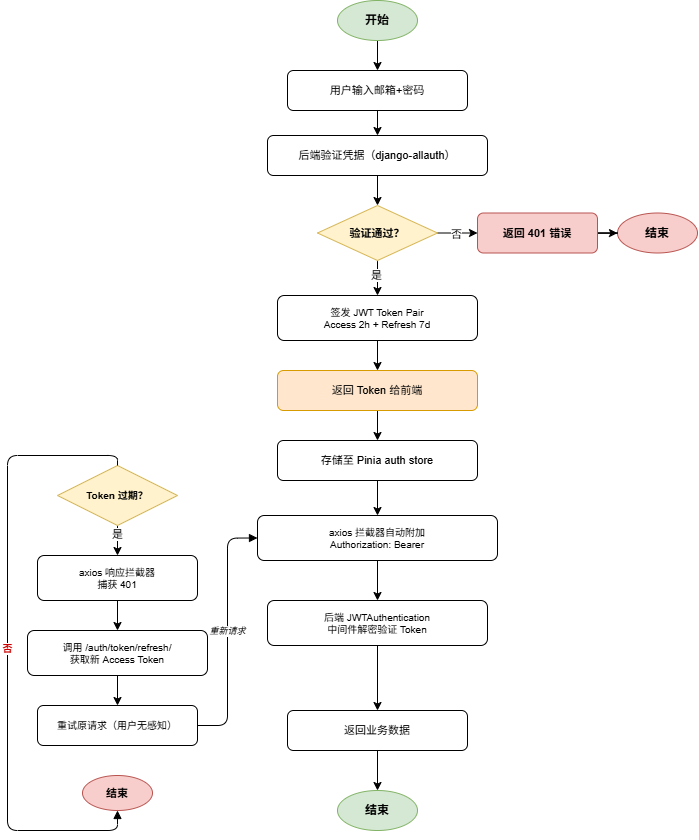
Above: drawio/图4.3用户认证流程图.png in letlll/AI_interview (draw.io), before the change. Source tidied: cells renumbered, new cells last; positions are measured from the earlier drawing's top-left corner, leaving out a move shared by most shapes. Its diagram source:
```xml
<mxGraphModel>
  <root>
    <mxCell id="0" />
    <mxCell id="1" parent="0" />
    <mxCell id="2" style="edgeStyle=orthogonalEdgeStyle;rounded=0;jettySize=auto;html=1;exitX=0.5;exitY=1;exitDx=0;exitDy=0;entryX=0.5;entryY=0;entryDx=0;entryDy=0;" parent="1" edge="1" source="3" target="7">
      <mxGeometry relative="1" as="geometry" />
    </mxCell>
    <mxCell id="3" value="开始" style="ellipse;whiteSpace=wrap;html=1;fillColor=#d5e8d4;strokeColor=#82b366;fontSize=12;fontStyle=1;" parent="1" vertex="1">
      <mxGeometry x="330" width="80" height="40" as="geometry" />
    </mxCell>
    <mxCell id="4" value="结束" style="ellipse;whiteSpace=wrap;html=1;fillColor=#d5e8d4;strokeColor=#82b366;fontSize=12;fontStyle=1;" parent="1" vertex="1">
      <mxGeometry x="330" y="790" width="80" height="40" as="geometry" />
    </mxCell>
    <mxCell id="5" value="结束" style="ellipse;whiteSpace=wrap;html=1;fillColor=#f8cecc;strokeColor=#b85450;fontSize=12;fontStyle=1;" parent="1" vertex="1">
      <mxGeometry x="610" y="212.5" width="80" height="40" as="geometry" />
    </mxCell>
    <mxCell id="6" style="edgeStyle=orthogonalEdgeStyle;rounded=0;jettySize=auto;html=1;exitX=0.5;exitY=1;exitDx=0;exitDy=0;entryX=0.5;entryY=0;entryDx=0;entryDy=0;" parent="1" edge="1" source="7" target="9">
      <mxGeometry relative="1" as="geometry" />
    </mxCell>
    <mxCell id="7" value="用户输入邮箱+密码" style="rounded=1;whiteSpace=wrap;html=1;fontSize=11;" parent="1" vertex="1">
      <mxGeometry x="280" y="70" width="180" height="40" as="geometry" />
    </mxCell>
    <mxCell id="8" style="edgeStyle=orthogonalEdgeStyle;rounded=0;jettySize=auto;html=1;exitX=0.5;exitY=1;exitDx=0;exitDy=0;entryX=0.5;entryY=0;entryDx=0;entryDy=0;" parent="1" edge="1" source="9" target="14">
      <mxGeometry relative="1" as="geometry" />
    </mxCell>
    <mxCell id="9" value="后端验证凭据（django-allauth）" style="rounded=1;whiteSpace=wrap;html=1;fontSize=11;" parent="1" vertex="1">
      <mxGeometry x="260" y="135" width="220" height="40" as="geometry" />
    </mxCell>
    <mxCell id="10" style="edgeStyle=orthogonalEdgeStyle;rounded=0;jettySize=auto;html=1;exitX=1;exitY=0.5;exitDx=0;exitDy=0;entryX=0;entryY=0.5;entryDx=0;entryDy=0;" parent="1" edge="1" source="14" target="28">
      <mxGeometry relative="1" as="geometry" />
    </mxCell>
    <mxCell id="11" value="否" style="edgeLabel;html=1;align=center;verticalAlign=middle;" parent="10" vertex="1">
      <mxGeometry x="-0.06" y="-1" relative="1" as="geometry" />
    </mxCell>
    <mxCell id="12" style="edgeStyle=orthogonalEdgeStyle;rounded=0;jettySize=auto;html=1;exitX=0.5;exitY=1;exitDx=0;exitDy=0;entryX=0.5;entryY=0;entryDx=0;entryDy=0;" parent="1" edge="1" source="14" target="16">
      <mxGeometry relative="1" as="geometry" />
    </mxCell>
    <mxCell id="13" value="是" style="edgeLabel;html=1;align=center;verticalAlign=middle;" parent="12" vertex="1">
      <mxGeometry x="-0.18" y="-2" relative="1" as="geometry" />
    </mxCell>
    <mxCell id="14" value="验证通过？" style="rhombus;whiteSpace=wrap;html=1;fillColor=#fff2cc;strokeColor=#d6b656;fontSize=11;fontStyle=1;" parent="1" vertex="1">
      <mxGeometry x="310" y="205" width="120" height="55" as="geometry" />
    </mxCell>
    <mxCell id="15" style="edgeStyle=orthogonalEdgeStyle;rounded=0;jettySize=auto;html=1;entryX=0.5;entryY=0;entryDx=0;entryDy=0;" parent="1" edge="1" source="16" target="18">
      <mxGeometry relative="1" as="geometry" />
    </mxCell>
    <mxCell id="16" value="签发 JWT Token Pair&lt;br&gt;Access 2h + Refresh 7d" style="rounded=1;whiteSpace=wrap;html=1;fontSize=10;" parent="1" vertex="1">
      <mxGeometry x="270" y="295" width="200" height="45" as="geometry" />
    </mxCell>
    <mxCell id="17" style="edgeStyle=orthogonalEdgeStyle;rounded=0;jettySize=auto;html=1;entryX=0.5;entryY=0;entryDx=0;entryDy=0;" parent="1" edge="1" source="18" target="20">
      <mxGeometry relative="1" as="geometry" />
    </mxCell>
    <mxCell id="18" value="返回 Token 给前端" style="rounded=1;whiteSpace=wrap;html=1;fontSize=11;fillColor=#ffe6cc;strokeColor=#d79b00;" parent="1" vertex="1">
      <mxGeometry x="270" y="370" width="200" height="40" as="geometry" />
    </mxCell>
    <mxCell id="19" style="edgeStyle=orthogonalEdgeStyle;rounded=0;jettySize=auto;html=1;" parent="1" edge="1" source="20" target="22">
      <mxGeometry relative="1" as="geometry" />
    </mxCell>
    <mxCell id="20" value="存储至 Pinia auth store" style="rounded=1;whiteSpace=wrap;html=1;fontSize=11;" parent="1" vertex="1">
      <mxGeometry x="270" y="440" width="200" height="40" as="geometry" />
    </mxCell>
    <mxCell id="21" style="edgeStyle=orthogonalEdgeStyle;rounded=0;jettySize=auto;html=1;" parent="1" edge="1" source="22" target="24">
      <mxGeometry relative="1" as="geometry" />
    </mxCell>
    <mxCell id="22" value="axios 拦截器自动附加&lt;br&gt;Authorization: Bearer &lt;token&gt;" style="rounded=1;whiteSpace=wrap;html=1;fontSize=10;" parent="1" vertex="1">
      <mxGeometry x="250" y="515" width="240" height="45" as="geometry" />
    </mxCell>
    <mxCell id="23" style="edgeStyle=orthogonalEdgeStyle;rounded=0;jettySize=auto;html=1;" parent="1" edge="1" source="24" target="26">
      <mxGeometry relative="1" as="geometry" />
    </mxCell>
    <mxCell id="24" value="后端 JWTAuthentication&lt;br&gt;中间件解密验证 Token" style="rounded=1;whiteSpace=wrap;html=1;fontSize=10;" parent="1" vertex="1">
      <mxGeometry x="260" y="600" width="220" height="45" as="geometry" />
    </mxCell>
    <mxCell id="25" style="edgeStyle=orthogonalEdgeStyle;rounded=0;jettySize=auto;html=1;" parent="1" edge="1" source="26" target="4">
      <mxGeometry relative="1" as="geometry" />
    </mxCell>
    <mxCell id="26" value="返回业务数据" style="rounded=1;whiteSpace=wrap;html=1;fontSize=11;" parent="1" vertex="1">
      <mxGeometry x="280" y="710" width="180" height="40" as="geometry" />
    </mxCell>
    <mxCell id="27" style="edgeStyle=orthogonalEdgeStyle;rounded=0;jettySize=auto;html=1;" parent="1" edge="1" source="28" target="5">
      <mxGeometry relative="1" as="geometry" />
    </mxCell>
    <mxCell id="28" value="返回 401 错误" style="rounded=1;whiteSpace=wrap;html=1;fillColor=#f8cecc;strokeColor=#b85450;fontSize=11;fontStyle=1;" parent="1" vertex="1">
      <mxGeometry x="470" y="212.5" width="120" height="40" as="geometry" />
    </mxCell>
    <mxCell id="29" style="edgeStyle=orthogonalEdgeStyle;rounded=0;jettySize=auto;html=1;entryX=0.5;entryY=0;entryDx=0;entryDy=0;" parent="1" edge="1" source="31" target="33">
      <mxGeometry relative="1" as="geometry" />
    </mxCell>
    <mxCell id="30" value="是" style="edgeLabel;html=1;align=center;verticalAlign=middle;" parent="29" vertex="1">
      <mxGeometry x="-0.63" y="-1" relative="1" as="geometry" />
    </mxCell>
    <mxCell id="31" value="Token 过期？" style="rhombus;whiteSpace=wrap;html=1;fillColor=#fff2cc;strokeColor=#d6b656;fontSize=10;fontStyle=1;" parent="1" vertex="1">
      <mxGeometry x="50" y="465" width="120" height="60" as="geometry" />
    </mxCell>
    <mxCell id="32" style="edgeStyle=orthogonalEdgeStyle;rounded=0;jettySize=auto;html=1;entryX=0.5;entryY=0;entryDx=0;entryDy=0;" parent="1" edge="1" source="33" target="35">
      <mxGeometry relative="1" as="geometry" />
    </mxCell>
    <mxCell id="33" value="axios 响应拦截器&lt;br&gt;捕获 401" style="rounded=1;whiteSpace=wrap;html=1;fontSize=10;" parent="1" vertex="1">
      <mxGeometry x="30" y="555" width="160" height="45" as="geometry" />
    </mxCell>
    <mxCell id="34" style="edgeStyle=orthogonalEdgeStyle;rounded=0;jettySize=auto;html=1;entryX=0.5;entryY=0;entryDx=0;entryDy=0;" parent="1" edge="1" source="35" target="36">
      <mxGeometry relative="1" as="geometry" />
    </mxCell>
    <mxCell id="35" value="调用 /auth/token/refresh/&lt;br&gt;获取新 Access Token" style="rounded=1;whiteSpace=wrap;html=1;fontSize=10;" parent="1" vertex="1">
      <mxGeometry x="20" y="630" width="180" height="45" as="geometry" />
    </mxCell>
    <mxCell id="36" value="重试原请求（用户无感知）" style="rounded=1;whiteSpace=wrap;html=1;fontSize=10;" parent="1" vertex="1">
      <mxGeometry x="30" y="705" width="160" height="40" as="geometry" />
    </mxCell>
    <mxCell id="37" value="结束" style="ellipse;whiteSpace=wrap;html=1;fillColor=#f8cecc;strokeColor=#b85450;fontSize=11;fontStyle=1;" parent="1" vertex="1">
      <mxGeometry x="75" y="775" width="70" height="35" as="geometry" />
    </mxCell>
    <mxCell id="38" value="重新请求" style="endArrow=block;html=1;exitX=1;exitY=0.5;entryX=0;entryY=0.5;edgeStyle=orthogonalEdgeStyle;rounded=1;fontSize=9;fontStyle=2;" parent="1" edge="1" source="36" target="22">
      <mxGeometry relative="1" as="geometry" />
    </mxCell>
    <mxCell id="39" value="否" style="endArrow=block;html=1;exitX=0.5;exitY=0;entryX=0.5;entryY=1;edgeStyle=orthogonalEdgeStyle;rounded=1;fontSize=10;fontStyle=1;fontColor=#cc0000;" parent="1" edge="1" source="31" target="37">
      <mxGeometry relative="1" as="geometry">
        <Array as="points">
          <mxPoint x="110" y="455" />
          <mxPoint y="455" />
          <mxPoint y="830" />
          <mxPoint x="110" y="830" />
        </Array>
      </mxGeometry>
    </mxCell>
  </root>
</mxGraphModel>
```
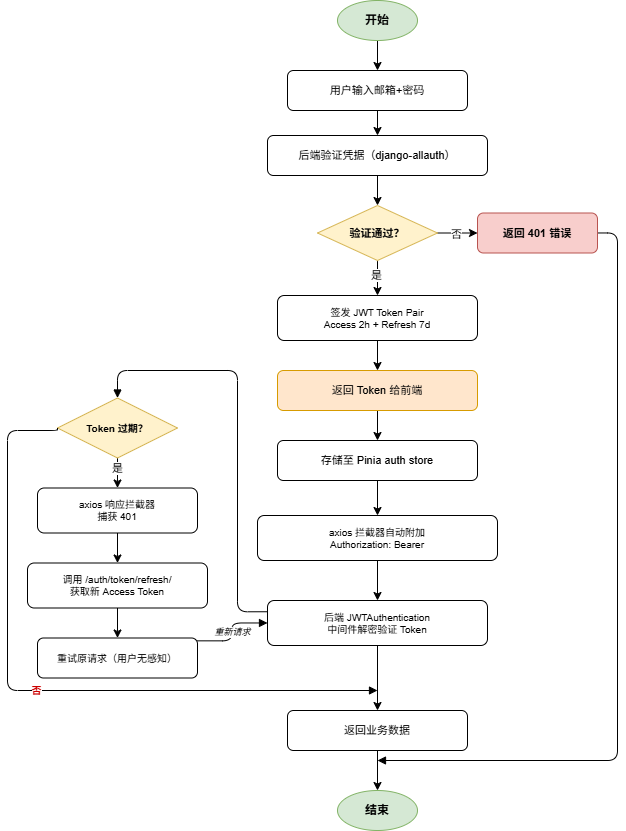
The same file after the commit.

Diff of the diagram source:
```diff
@@ -11,9 +11,6 @@
     <mxCell id="4" value="结束" style="ellipse;whiteSpace=wrap;html=1;fillColor=#d5e8d4;strokeColor=#82b366;fontSize=12;fontStyle=1;" parent="1" vertex="1">
       <mxGeometry x="330" y="790" width="80" height="40" as="geometry" />
     </mxCell>
-    <mxCell id="5" value="结束" style="ellipse;whiteSpace=wrap;html=1;fillColor=#f8cecc;strokeColor=#b85450;fontSize=12;fontStyle=1;" parent="1" vertex="1">
-      <mxGeometry x="610" y="212.5" width="80" height="40" as="geometry" />
-    </mxCell>
     <mxCell id="6" style="edgeStyle=orthogonalEdgeStyle;rounded=0;jettySize=auto;html=1;exitX=0.5;exitY=1;exitDx=0;exitDy=0;entryX=0.5;entryY=0;entryDx=0;entryDy=0;" parent="1" edge="1" source="7" target="9">
       <mxGeometry relative="1" as="geometry" />
     </mxCell>
@@ -68,6 +65,15 @@
     <mxCell id="23" style="edgeStyle=orthogonalEdgeStyle;rounded=0;jettySize=auto;html=1;" parent="1" edge="1" source="24" target="26">
       <mxGeometry relative="1" as="geometry" />
     </mxCell>
+    <mxCell id="40" style="edgeStyle=orthogonalEdgeStyle;rounded=1;jettySize=auto;html=1;exitX=0;exitY=0.25;exitDx=0;exitDy=0;strokeColor=default;align=center;verticalAlign=middle;fontFamily=Helvetica;fontSize=10;fontColor=#cc0000;fontStyle=1;labelBackgroundColor=default;endArrow=block;entryX=0.5;entryY=0;entryDx=0;entryDy=0;" parent="1" edge="1" source="24" target="31">
+      <mxGeometry relative="1" as="geometry">
+        <Array as="points">
+          <mxPoint x="230" y="611" />
+          <mxPoint x="230" y="370" />
+          <mxPoint x="110" y="370" />
+        </Array>
+      </mxGeometry>
+    </mxCell>
     <mxCell id="24" value="后端 JWTAuthentication&lt;br&gt;中间件解密验证 Token" style="rounded=1;whiteSpace=wrap;html=1;fontSize=10;" parent="1" vertex="1">
       <mxGeometry x="260" y="600" width="220" height="45" as="geometry" />
     </mxCell>
@@ -77,8 +83,14 @@
     <mxCell id="26" value="返回业务数据" style="rounded=1;whiteSpace=wrap;html=1;fontSize=11;" parent="1" vertex="1">
       <mxGeometry x="280" y="710" width="180" height="40" as="geometry" />
     </mxCell>
-    <mxCell id="27" style="edgeStyle=orthogonalEdgeStyle;rounded=0;jettySize=auto;html=1;" parent="1" edge="1" source="28" target="5">
-      <mxGeometry relative="1" as="geometry" />
+    <mxCell id="27" style="edgeStyle=orthogonalEdgeStyle;rounded=1;jettySize=auto;html=1;strokeColor=default;align=center;verticalAlign=middle;fontFamily=Helvetica;fontSize=10;fontColor=#cc0000;fontStyle=1;labelBackgroundColor=default;endArrow=block;" parent="1" edge="1" source="28">
+      <mxGeometry relative="1" as="geometry">
+        <mxPoint x="370" y="760" as="targetPoint" />
+        <Array as="points">
+          <mxPoint x="610" y="233" />
+          <mxPoint x="610" y="760" />
+        </Array>
+      </mxGeometry>
     </mxCell>
     <mxCell id="28" value="返回 401 错误" style="rounded=1;whiteSpace=wrap;html=1;fillColor=#f8cecc;strokeColor=#b85450;fontSize=11;fontStyle=1;" parent="1" vertex="1">
       <mxGeometry x="470" y="212.5" width="120" height="40" as="geometry" />
@@ -90,36 +102,33 @@
       <mxGeometry x="-0.63" y="-1" relative="1" as="geometry" />
     </mxCell>
     <mxCell id="31" value="Token 过期？" style="rhombus;whiteSpace=wrap;html=1;fillColor=#fff2cc;strokeColor=#d6b656;fontSize=10;fontStyle=1;" parent="1" vertex="1">
-      <mxGeometry x="50" y="465" width="120" height="60" as="geometry" />
+      <mxGeometry x="50" y="397.5" width="120" height="60" as="geometry" />
     </mxCell>
     <mxCell id="32" style="edgeStyle=orthogonalEdgeStyle;rounded=0;jettySize=auto;html=1;entryX=0.5;entryY=0;entryDx=0;entryDy=0;" parent="1" edge="1" source="33" target="35">
       <mxGeometry relative="1" as="geometry" />
     </mxCell>
     <mxCell id="33" value="axios 响应拦截器&lt;br&gt;捕获 401" style="rounded=1;whiteSpace=wrap;html=1;fontSize=10;" parent="1" vertex="1">
-      <mxGeometry x="30" y="555" width="160" height="45" as="geometry" />
+      <mxGeometry x="30" y="487.5" width="160" height="45" as="geometry" />
     </mxCell>
     <mxCell id="34" style="edgeStyle=orthogonalEdgeStyle;rounded=0;jettySize=auto;html=1;entryX=0.5;entryY=0;entryDx=0;entryDy=0;" parent="1" edge="1" source="35" target="36">
       <mxGeometry relative="1" as="geometry" />
     </mxCell>
     <mxCell id="35" value="调用 /auth/token/refresh/&lt;br&gt;获取新 Access Token" style="rounded=1;whiteSpace=wrap;html=1;fontSize=10;" parent="1" vertex="1">
-      <mxGeometry x="20" y="630" width="180" height="45" as="geometry" />
+      <mxGeometry x="20" y="562.5" width="180" height="45" as="geometry" />
     </mxCell>
     <mxCell id="36" value="重试原请求（用户无感知）" style="rounded=1;whiteSpace=wrap;html=1;fontSize=10;" parent="1" vertex="1">
-      <mxGeometry x="30" y="705" width="160" height="40" as="geometry" />
+      <mxGeometry x="30" y="637.5" width="160" height="40" as="geometry" />
     </mxCell>
-    <mxCell id="37" value="结束" style="ellipse;whiteSpace=wrap;html=1;fillColor=#f8cecc;strokeColor=#b85450;fontSize=11;fontStyle=1;" parent="1" vertex="1">
-      <mxGeometry x="75" y="775" width="70" height="35" as="geometry" />
-    </mxCell>
-    <mxCell id="38" value="重新请求" style="endArrow=block;html=1;exitX=1;exitY=0.5;entryX=0;entryY=0.5;edgeStyle=orthogonalEdgeStyle;rounded=1;fontSize=9;fontStyle=2;" parent="1" edge="1" source="36" target="22">
+    <mxCell id="38" value="重新请求" style="endArrow=block;html=1;exitX=0.999;exitY=0.071;edgeStyle=orthogonalEdgeStyle;rounded=1;fontSize=9;fontStyle=2;exitDx=0;exitDy=0;exitPerimeter=0;" parent="1" edge="1" source="36" target="24">
       <mxGeometry relative="1" as="geometry" />
     </mxCell>
-    <mxCell id="39" value="否" style="endArrow=block;html=1;exitX=0.5;exitY=0;entryX=0.5;entryY=1;edgeStyle=orthogonalEdgeStyle;rounded=1;fontSize=10;fontStyle=1;fontColor=#cc0000;" parent="1" edge="1" source="31" target="37">
+    <mxCell id="39" value="否" style="endArrow=block;html=1;edgeStyle=orthogonalEdgeStyle;rounded=1;fontSize=10;fontStyle=1;fontColor=#cc0000;exitX=0;exitY=0.5;exitDx=0;exitDy=0;" parent="1" edge="1" source="31">
       <mxGeometry relative="1" as="geometry">
+        <mxPoint x="370" y="690" as="targetPoint" />
         <Array as="points">
-          <mxPoint x="110" y="455" />
-          <mxPoint y="455" />
-          <mxPoint y="830" />
-          <mxPoint x="110" y="830" />
+          <mxPoint x="50" y="430" />
+          <mxPoint y="430" />
+          <mxPoint y="690" />
         </Array>
       </mxGeometry>
     </mxCell>
```
